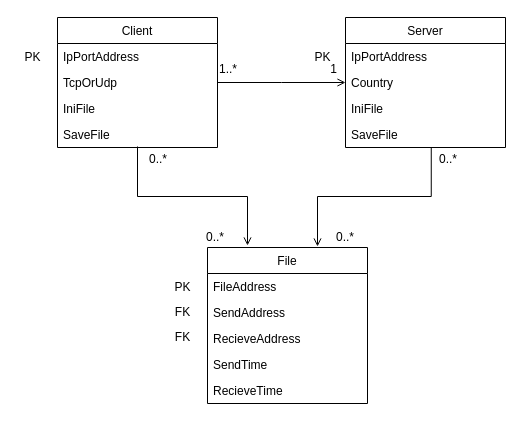
Above: Untitled Diagram.drawio in hisouske/4dplex_ojt (draw.io), before the change. Source tidied: cells renumbered, new cells numbered last; positions are measured from the earlier drawing's top-left corner, leaving out a move shared by most shapes. Both pictures are drawn from the tidied source at 100%, with x=0, y=0 at pixel (17, 17).
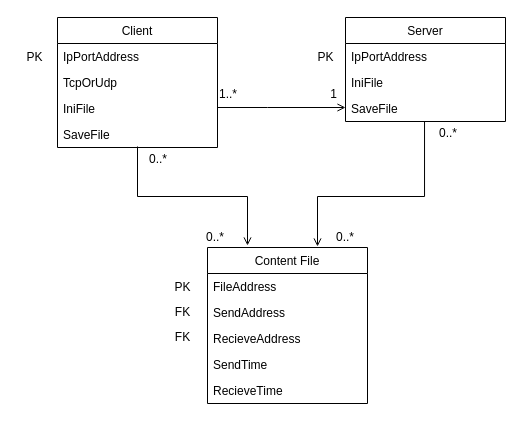
The same diagram, later.

The change refers to these unchanged cells:
```xml
<mxCell id="2" value="Client" style="swimlane;fontStyle=0;align=center;verticalAlign=top;horizontal=1;startSize=26;rounded=0;shadow=0;strokeWidth=1;" parent="1" vertex="1">
  <mxGeometry x="40" width="160" height="130" as="geometry" />
</mxCell>
```

What changed in the source:
```diff
@@
-    <mxCell id="7" value="File" style="swimlane;fontStyle=0;align=center;verticalAlign=top;horizontal=1;startSize=26;rounded=0;shadow=0;strokeWidth=1;" parent="1" vertex="1">
+    <mxCell id="7" value="Content File" style="swimlane;fontStyle=0;align=center;verticalAlign=top;horizontal=1;startSize=26;rounded=0;shadow=0;strokeWidth=1;" parent="1" vertex="1">
       <mxGeometry x="190" y="230" width="160" height="156" as="geometry" />
     </mxCell>
@@
     <mxCell id="13" value="Server" style="swimlane;fontStyle=0;align=center;verticalAlign=top;horizontal=1;startSize=26;rounded=0;shadow=0;strokeWidth=1;" parent="1" vertex="1">
-      <mxGeometry x="328" width="160" height="130" as="geometry" />
+      <mxGeometry x="328" width="160" height="104" as="geometry" />
     </mxCell>
@@
-    <mxCell id="15" value="Country" style="text;align=left;verticalAlign=top;spacingLeft=4;spacingRight=4;overflow=hidden;rounded=0;shadow=0;html=0;" parent="13" vertex="1">
-      <mxGeometry y="52" width="160" height="26" as="geometry" />
-    </mxCell>
     <mxCell id="16" value="IniFile" style="text;align=left;verticalAlign=top;spacingLeft=4;spacingRight=4;overflow=hidden;rounded=0;shadow=0;html=0;" parent="13" vertex="1">
-      <mxGeometry y="78" width="160" height="26" as="geometry" />
+      <mxGeometry y="52" width="160" height="26" as="geometry" />
     </mxCell>
     <mxCell id="17" value="SaveFile" style="text;align=left;verticalAlign=top;spacingLeft=4;spacingRight=4;overflow=hidden;points=[[0,0.5],[1,0.5]];portConstraint=eastwest;rounded=0;shadow=0;html=0;" parent="13" vertex="1">
-      <mxGeometry y="104" width="160" height="26" as="geometry" />
+      <mxGeometry y="78" width="160" height="26" as="geometry" />
     </mxCell>
     <mxCell id="18" style="endArrow=open;shadow=0;strokeWidth=1;rounded=0;endFill=1;edgeStyle=elbowEdgeStyle;elbow=vertical;" parent="1" edge="1" source="2" target="13">
       <mxGeometry x="0.5" y="41" relative="1" as="geometry">
+        <Array as="points">
+          <mxPoint x="250" y="90" />
+        </Array>
         <mxPoint x="-40" y="32" as="offset" />
       </mxGeometry>
     </mxCell>
@@
     <mxCell id="25" value="PK" style="text;html=1;align=center;verticalAlign=middle;strokeColor=none;" parent="1" vertex="1">
-      <mxGeometry y="30" width="30" height="20" as="geometry" />
+      <mxGeometry x="2" y="30" width="30" height="20" as="geometry" />
     </mxCell>
     <mxCell id="26" value="PK" style="text;html=1;align=center;verticalAlign=middle;strokeColor=none;" parent="1" vertex="1">
-      <mxGeometry x="290" y="30" width="30" height="20" as="geometry" />
+      <mxGeometry x="293" y="30" width="30" height="20" as="geometry" />
     </mxCell>
@@
-    <mxCell id="29" style="endArrow=open;shadow=0;strokeWidth=1;rounded=0;endFill=1;edgeStyle=elbowEdgeStyle;elbow=vertical;exitX=0.536;exitY=0.984;exitDx=0;exitDy=0;exitPerimeter=0;" parent="1" edge="1" source="17">
+    <mxCell id="29" style="endArrow=open;shadow=0;strokeWidth=1;rounded=0;endFill=1;edgeStyle=elbowEdgeStyle;elbow=vertical;exitX=0.494;exitY=0.981;exitDx=0;exitDy=0;exitPerimeter=0;" parent="1" edge="1" source="17">
       <mxGeometry x="0.5" y="41" relative="1" as="geometry">
         <mxPoint x="300" y="229" as="targetPoint" />
         <Array as="points">
+          <mxPoint x="350" y="179" />
           <mxPoint x="380" y="179" />
           <mxPoint x="350" y="179" />
         </Array>
         <mxPoint x="-40" y="32" as="offset" />
       </mxGeometry>
     </mxCell>
     <mxCell id="30" value="0..*" style="align=left;verticalAlign=bottom;labelBackgroundColor=none;fontSize=12;" parent="1" vertex="1">
-      <mxGeometry x="420" y="150" as="geometry" />
+      <mxGeometry x="420" y="124" as="geometry" />
     </mxCell>
```
